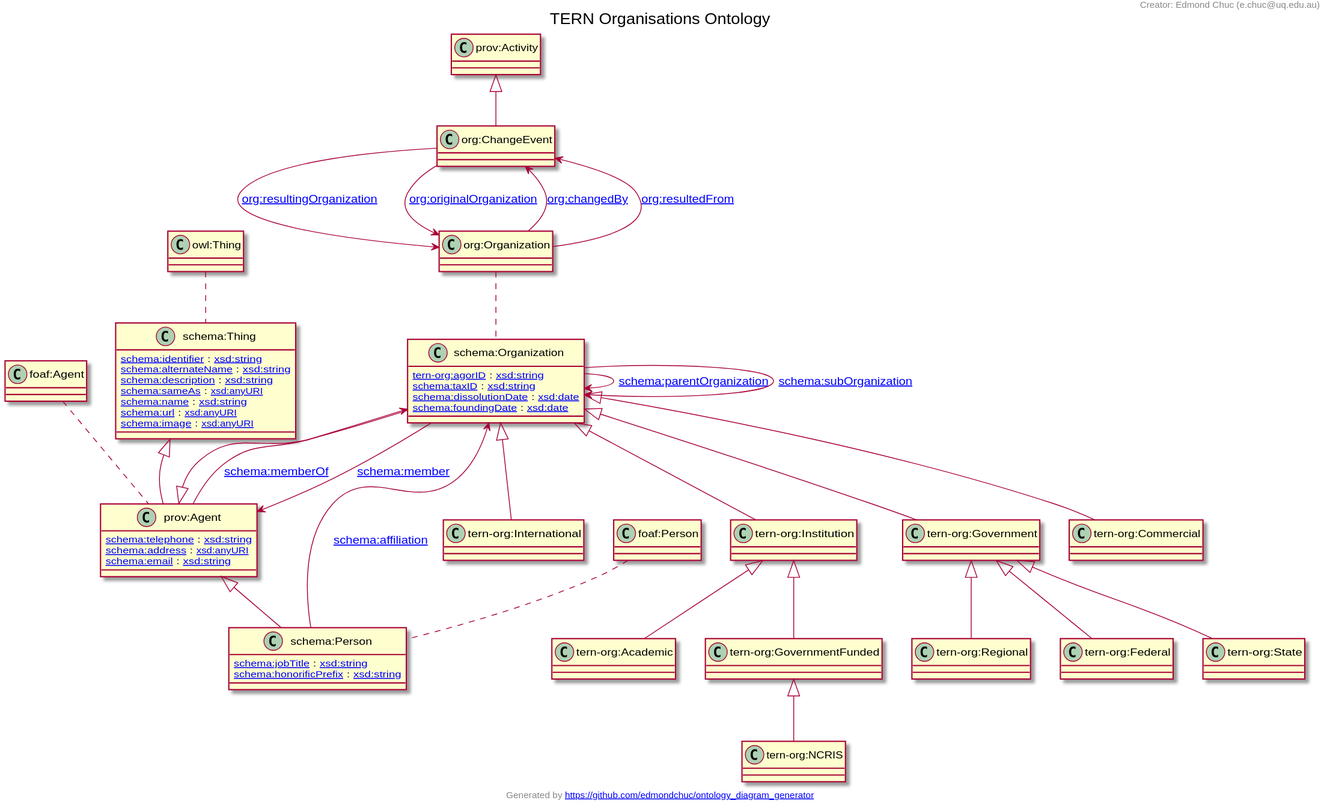
Earlier version of the PlantUML export docs/tern-org.ttl.svg (ternaustralia/ontology_tern-org).
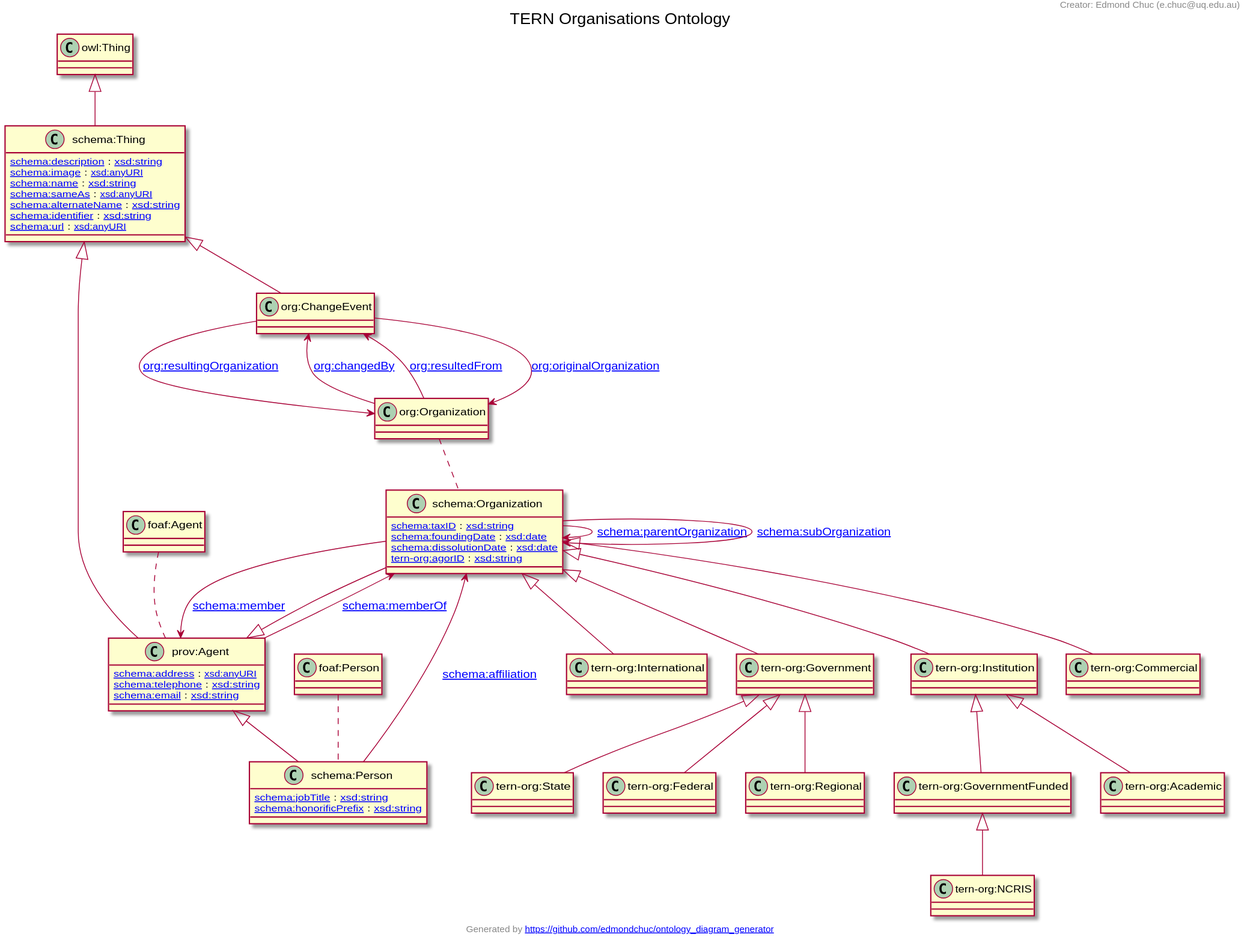
The same file after the commit.

Commit message:
Updated restrictions on ChangeEvent class

The edit, as a diff of the source:
```diff
@@ -1,77 +1,77 @@
 @startuml
 title TERN Organisations Ontology
-"prov:Activity" <|-- "org:ChangeEvent"
+"schema:Organization" <|-- "tern-org:Commercial"
+"schema:Thing" <|-- "org:ChangeEvent"
+"tern-org:GovernmentFunded" <|-- "tern-org:NCRIS"
+"tern-org:Institution" <|-- "tern-org:GovernmentFunded"
+"tern-org:Government" <|-- "tern-org:Regional"
+"tern-org:Government" <|-- "tern-org:State"
+"schema:Thing" <|-- "prov:Agent"
+"tern-org:Institution" <|-- "tern-org:Academic"
+"prov:Agent" <|-- "schema:Organization"
+"schema:Organization" <|-- "tern-org:Institution"
+"tern-org:Government" <|-- "tern-org:Federal"
 "schema:Organization" <|-- "tern-org:International"
-"tern-org:GovernmentFunded" <|-- "tern-org:NCRIS"
-"tern-org:Government" <|-- "tern-org:State"
-"prov:Agent" <|-- "schema:Organization"
-"tern-org:Government" <|-- "tern-org:Regional"
-"schema:Organization" <|-- "tern-org:Institution"
+"owl:Thing" <|-- "schema:Thing"
+"prov:Agent" <|-- "schema:Person"
 "schema:Organization" <|-- "tern-org:Government"
-"schema:Thing" <|-- "prov:Agent"
-"prov:Agent" <|-- "schema:Person"
-"tern-org:Institution" <|-- "tern-org:Academic"
-"tern-org:Institution" <|-- "tern-org:GovernmentFunded"
-"tern-org:Government" <|-- "tern-org:Federal"
-"schema:Organization" <|-- "tern-org:Commercial"
+Class "tern-org:Commercial" [[https://w3id.org/tern/ontologies/org/Commercial]] {
+}
 Class "org:ChangeEvent" [[http://www.w3.org/ns/org#ChangeEvent]] {
+}
+Class "tern-org:NCRIS" [[https://w3id.org/tern/ontologies/org/NCRIS]] {
+}
+Class "tern-org:GovernmentFunded" [[https://w3id.org/tern/ontologies/org/GovernmentFunded]] {
+}
+Class "tern-org:Regional" [[https://w3id.org/tern/ontologies/org/Regional]] {
+}
+Class "tern-org:State" [[https://w3id.org/tern/ontologies/org/State]] {
+}
+Class "prov:Agent" [[http://www.w3.org/ns/prov#Agent]] {
+[[http://schema.org/address schema:address]] : [[http://www.w3.org/2001/XMLSchema#anyURI xsd:anyURI]]
+[[http://schema.org/telephone schema:telephone]] : [[http://www.w3.org/2001/XMLSchema#string xsd:string]]
+[[http://schema.org/email schema:email]] : [[http://www.w3.org/2001/XMLSchema#string xsd:string]]
+}
+Class "tern-org:Academic" [[https://w3id.org/tern/ontologies/org/Academic]] {
+}
+Class "schema:Organization" [[http://schema.org/Organization]] {
+[[http://schema.org/taxID schema:taxID]] : [[http://www.w3.org/2001/XMLSchema#string xsd:string]]
+[[http://schema.org/foundingDate schema:foundingDate]] : [[http://www.w3.org/2001/XMLSchema#date xsd:date]]
+[[http://schema.org/dissolutionDate schema:dissolutionDate]] : [[http://www.w3.org/2001/XMLSchema#date xsd:date]]
+[[https://w3id.org/tern/ontologies/org/agorID tern-org:agorID]] : [[http://www.w3.org/2001/XMLSchema#string xsd:string]]
+}
+Class "tern-org:Institution" [[https://w3id.org/tern/ontologies/org/Institution]] {
+}
+Class "tern-org:Federal" [[https://w3id.org/tern/ontologies/org/Federal]] {
 }
 Class "tern-org:International" [[https://w3id.org/tern/ontologies/org/International]] {
 }
 Class "schema:Thing" [[http://schema.org/Thing]] {
+[[http://schema.org/description schema:description]] : [[http://www.w3.org/2001/XMLSchema#string xsd:string]]
+[[http://schema.org/image schema:image]] : [[http://www.w3.org/2001/XMLSchema#anyURI xsd:anyURI]]
+[[http://schema.org/name schema:name]] : [[http://www.w3.org/2001/XMLSchema#string xsd:string]]
+[[http://schema.org/sameAs schema:sameAs]] : [[http://www.w3.org/2001/XMLSchema#anyURI xsd:anyURI]]
+[[http://schema.org/alternateName schema:alternateName]] : [[http://www.w3.org/2001/XMLSchema#string xsd:string]]
 [[http://schema.org/identifier schema:identifier]] : [[http://www.w3.org/2001/XMLSchema#string xsd:string]]
-[[http://schema.org/alternateName schema:alternateName]] : [[http://www.w3.org/2001/XMLSchema#string xsd:string]]
-[[http://schema.org/description schema:description]] : [[http://www.w3.org/2001/XMLSchema#string xsd:string]]
-[[http://schema.org/sameAs schema:sameAs]] : [[http://www.w3.org/2001/XMLSchema#anyURI xsd:anyURI]]
-[[http://schema.org/name schema:name]] : [[http://www.w3.org/2001/XMLSchema#string xsd:string]]
 [[http://schema.org/url schema:url]] : [[http://www.w3.org/2001/XMLSchema#anyURI xsd:anyURI]]
-[[http://schema.org/image schema:image]] : [[http://www.w3.org/2001/XMLSchema#anyURI xsd:anyURI]]
-}
-Class "tern-org:NCRIS" [[https://w3id.org/tern/ontologies/org/NCRIS]] {
-}
-Class "tern-org:State" [[https://w3id.org/tern/ontologies/org/State]] {
-}
-Class "schema:Organization" [[http://schema.org/Organization]] {
-[[https://w3id.org/tern/ontologies/org/agorID tern-org:agorID]] : [[http://www.w3.org/2001/XMLSchema#string xsd:string]]
-[[http://schema.org/taxID schema:taxID]] : [[http://www.w3.org/2001/XMLSchema#string xsd:string]]
-[[http://schema.org/dissolutionDate schema:dissolutionDate]] : [[http://www.w3.org/2001/XMLSchema#date xsd:date]]
-[[http://schema.org/foundingDate schema:foundingDate]] : [[http://www.w3.org/2001/XMLSchema#date xsd:date]]
-}
-Class "tern-org:Regional" [[https://w3id.org/tern/ontologies/org/Regional]] {
-}
-Class "tern-org:Institution" [[https://w3id.org/tern/ontologies/org/Institution]] {
-}
-Class "tern-org:Government" [[https://w3id.org/tern/ontologies/org/Government]] {
-}
-Class "prov:Agent" [[http://www.w3.org/ns/prov#Agent]] {
-[[http://schema.org/telephone schema:telephone]] : [[http://www.w3.org/2001/XMLSchema#string xsd:string]]
-[[http://schema.org/address schema:address]] : [[http://www.w3.org/2001/XMLSchema#anyURI xsd:anyURI]]
-[[http://schema.org/email schema:email]] : [[http://www.w3.org/2001/XMLSchema#string xsd:string]]
 }
 Class "schema:Person" [[http://schema.org/Person]] {
 [[http://schema.org/jobTitle schema:jobTitle]] : [[http://www.w3.org/2001/XMLSchema#string xsd:string]]
 [[http://schema.org/honorificPrefix schema:honorificPrefix]] : [[http://www.w3.org/2001/XMLSchema#string xsd:string]]
 }
-Class "tern-org:Academic" [[https://w3id.org/tern/ontologies/org/Academic]] {
+Class "tern-org:Government" [[https://w3id.org/tern/ontologies/org/Government]] {
 }
-Class "tern-org:GovernmentFunded" [[https://w3id.org/tern/ontologies/org/GovernmentFunded]] {
-}
-Class "tern-org:Federal" [[https://w3id.org/tern/ontologies/org/Federal]] {
-}
-Class "tern-org:Commercial" [[https://w3id.org/tern/ontologies/org/Commercial]] {
-}
+"org:ChangeEvent" --> "org:Organization" : "[[http://www.w3.org/ns/org#originalOrganization org:originalOrganization]]"
+"schema:Organization" --> "prov:Agent" : "[[http://schema.org/member schema:member]]"
+"org:ChangeEvent" --> "org:Organization" : "[[http://www.w3.org/ns/org#resultingOrganization org:resultingOrganization]]"
+"schema:Person" --> "schema:Organization" : "[[http://schema.org/affiliation schema:affiliation]]"
+"prov:Agent" --> "schema:Organization" : "[[http://schema.org/memberOf schema:memberOf]]"
 "org:Organization" --> "org:ChangeEvent" : "[[http://www.w3.org/ns/org#changedBy org:changedBy]]"
-"org:ChangeEvent" --> "org:Organization" : "[[http://www.w3.org/ns/org#resultingOrganization org:resultingOrganization]]"
 "org:Organization" --> "org:ChangeEvent" : "[[http://www.w3.org/ns/org#resultedFrom org:resultedFrom]]"
 "schema:Organization" --> "schema:Organization" : "[[http://schema.org/parentOrganization schema:parentOrganization]]"
 "schema:Organization" --> "schema:Organization" : "[[http://schema.org/subOrganization schema:subOrganization]]"
-"prov:Agent" --> "schema:Organization" : "[[http://schema.org/memberOf schema:memberOf]]"
-"schema:Organization" --> "prov:Agent" : "[[http://schema.org/member schema:member]]"
-"org:ChangeEvent" --> "org:Organization" : "[[http://www.w3.org/ns/org#originalOrganization org:originalOrganization]]"
-"schema:Person" --> "schema:Organization" : "[[http://schema.org/affiliation schema:affiliation]]"
-"owl:Thing" .. "schema:Thing"
+"foaf:Agent" .. "prov:Agent"
 "org:Organization" .. "schema:Organization"
-"foaf:Agent" .. "prov:Agent"
 "foaf:Person" .. "schema:Person"
 header
 Creator: Edmond Chuc (e.chuc@uq.edu.au)
```
